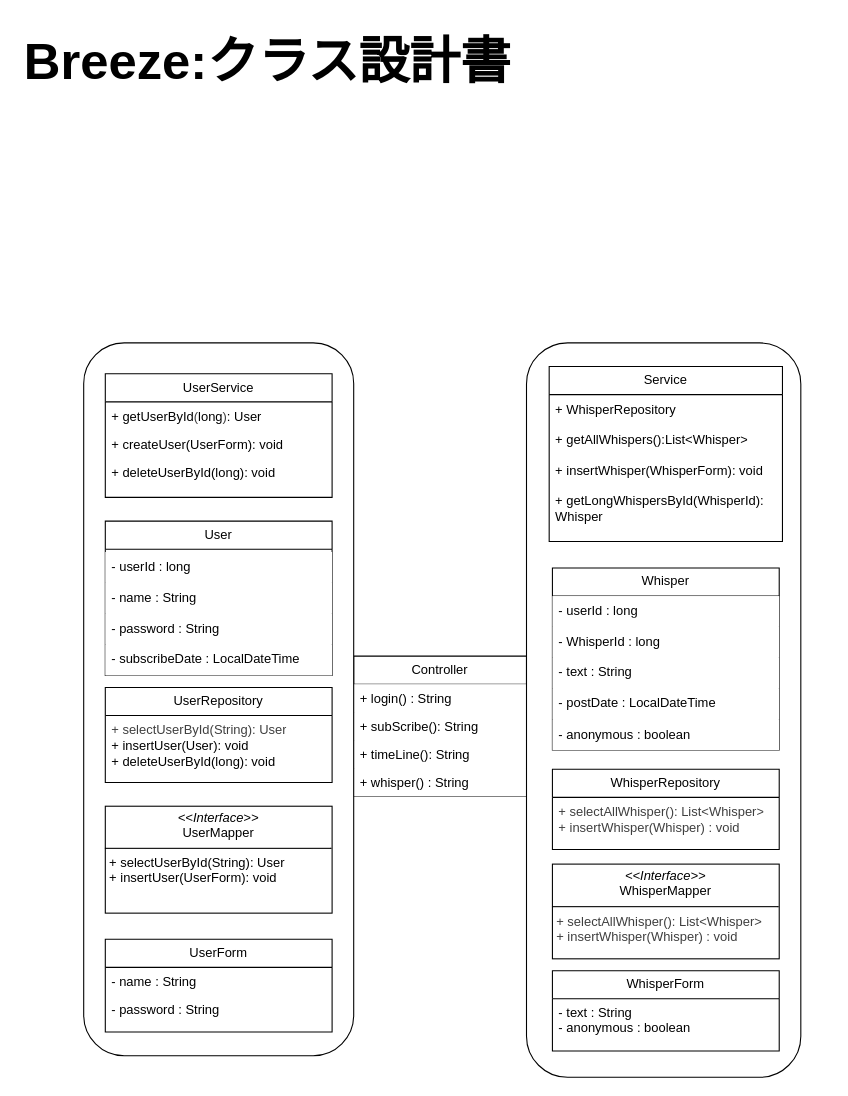
Above: page "Class" (1 of 2) of Life_Hacker.drawio in yukiyuukiyuuuki/breeze (draw.io), before the change. Source tidied: cells renumbered, new cells numbered last; positions are measured from the earlier drawing's top-left corner, leaving out a move shared by most shapes. Both pictures are drawn from the tidied source at 108%, with x=0, y=0 at pixel (18, 18).
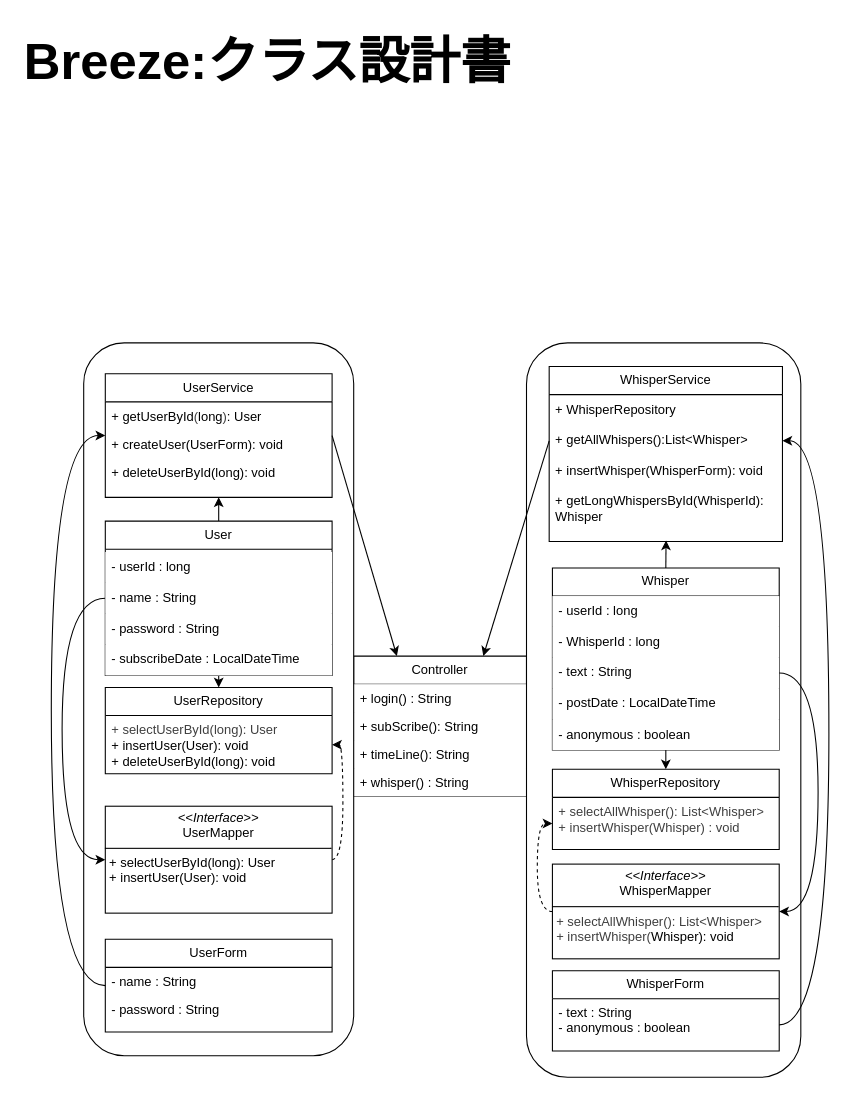
After the change.

The change refers to these unchanged cells:
```xml
<mxCell id="2" value="Controller" style="swimlane;fontStyle=0;horizontal=1;startSize=26;fillColor=default;whiteSpace=wrap;html=1;fillStyle=auto;gradientColor=none;" parent="1" vertex="1">
  <mxGeometry x="310" y="590" width="160" height="130" as="geometry" />
</mxCell>
<mxCell id="8" style="group;" parent="1" vertex="1">
  <mxGeometry x="470" y="300" width="254" height="680" as="geometry" />
</mxCell>
<mxCell id="10" value="Whisper" style="swimlane;fontStyle=0;horizontal=1;startSize=26;fillColor=default;whiteSpace=wrap;html=1;" parent="8" vertex="1">
  <mxGeometry x="24" y="208.4" width="210" height="168.6" as="geometry" />
</mxCell>
<mxCell id="13" value="&lt;span style=&quot;color: rgb(0, 0, 0);&quot;&gt;- text&lt;/span&gt;&lt;span style=&quot;color: rgb(0, 0, 0);&quot;&gt;&amp;nbsp;: String&lt;/span&gt;" style="text;strokeColor=none;fillColor=default;align=left;verticalAlign=top;spacingLeft=4;spacingRight=4;overflow=hidden;points=[[0,0.5],[1,0.5]];portConstraint=eastwest;whiteSpace=wrap;html=1;" parent="10" vertex="1">
  <mxGeometry y="83" width="210" height="28.5" as="geometry" />
</mxCell>
<mxCell id="16" value="&lt;span style=&quot;color: rgb(0, 0, 0);&quot;&gt;Whisper&lt;/span&gt;Repository" style="swimlane;fontStyle=0;horizontal=1;startSize=26;fillColor=none;whiteSpace=wrap;html=1;" parent="8" vertex="1">
  <mxGeometry x="24" y="394.8" width="210" height="74.3" as="geometry" />
</mxCell>
<mxCell id="17" value="&lt;span style=&quot;color: rgb(63, 63, 63);&quot;&gt;+ selectAll&lt;span style=&quot;color: rgb(63, 63, 63);&quot;&gt;Whisper&lt;/span&gt;(): List&amp;lt;Whisper&amp;gt;&lt;/span&gt;&lt;div&gt;&lt;span style=&quot;color: rgb(63, 63, 63);&quot;&gt;&lt;span style=&quot;background-color: transparent; color: rgb(63, 63, 63);&quot;&gt;+ insertWhisper(&lt;/span&gt;&lt;span style=&quot;background-color: transparent; color: rgb(63, 63, 63);&quot;&gt;Whisper) : void&lt;/span&gt;&lt;/span&gt;&lt;/div&gt;" style="text;strokeColor=none;fillColor=none;align=left;verticalAlign=top;spacingLeft=4;spacingRight=4;overflow=hidden;points=[[0,0.5],[1,0.5]];portConstraint=eastwest;whiteSpace=wrap;html=1;" parent="16" vertex="1">
  <mxGeometry y="26" width="210" height="48.3" as="geometry" />
</mxCell>
<mxCell id="20" value="- text : String&lt;div&gt;-&amp;nbsp;&lt;span style=&quot;color: rgb(0, 0, 0); background-color: transparent;&quot;&gt;anonymous : boolean&lt;/span&gt;&lt;/div&gt;" style="text;strokeColor=none;fillColor=none;align=left;verticalAlign=top;spacingLeft=4;spacingRight=4;overflow=hidden;points=[[0,0.5],[1,0.5]];portConstraint=eastwest;whiteSpace=wrap;html=1;" parent="19" vertex="1">
  <mxGeometry y="26" width="210" height="48.3" as="geometry" />
</mxCell>
<mxCell id="23" value="+ getAllWhispers():List&amp;lt;Whisper&amp;gt;" style="text;strokeColor=none;fillColor=none;align=left;verticalAlign=top;spacingLeft=4;spacingRight=4;overflow=hidden;points=[[0,0.5],[1,0.5]];portConstraint=eastwest;whiteSpace=wrap;html=1;" parent="21" vertex="1">
  <mxGeometry y="54.5" width="216" height="28.5" as="geometry" />
</mxCell>
<mxCell id="25" value="+ getLongWhispersById(WhisperId): Whisper" style="text;strokeColor=none;fillColor=none;align=left;verticalAlign=top;spacingLeft=4;spacingRight=4;overflow=hidden;points=[[0,0.5],[1,0.5]];portConstraint=eastwest;whiteSpace=wrap;html=1;" parent="21" vertex="1">
  <mxGeometry y="111.5" width="216" height="50.5" as="geometry" />
</mxCell>
<mxCell id="26" style="group;" parent="1" vertex="1">
  <mxGeometry x="60" y="300" width="250" height="660" as="geometry" />
</mxCell>
<mxCell id="28" value="&lt;span style=&quot;color: rgb(0, 0, 0);&quot;&gt;User&lt;/span&gt;" style="swimlane;fontStyle=0;horizontal=1;startSize=26;fillColor=default;whiteSpace=wrap;html=1;" parent="26" vertex="1">
  <mxGeometry x="20" y="165" width="210" height="143" as="geometry" />
</mxCell>
<mxCell id="32" value="UserForm" style="swimlane;fontStyle=0;horizontal=1;startSize=26;fillColor=none;whiteSpace=wrap;html=1;" parent="26" vertex="1">
  <mxGeometry x="20" y="552.2" width="210" height="85.8" as="geometry" />
</mxCell>
<mxCell id="36" value="- name : String" style="text;strokeColor=none;fillColor=default;align=left;verticalAlign=top;spacingLeft=4;spacingRight=4;overflow=hidden;points=[[0,0.5],[1,0.5]];portConstraint=eastwest;whiteSpace=wrap;html=1;" parent="26" vertex="1">
  <mxGeometry x="20" y="222.2" width="210" height="28.6" as="geometry" />
</mxCell>
<mxCell id="39" value="UserService" style="swimlane;fontStyle=0;horizontal=1;startSize=26;fillColor=none;whiteSpace=wrap;html=1;" parent="26" vertex="1">
  <mxGeometry x="20" y="28.6" width="210" height="114.4" as="geometry" />
</mxCell>
```

Diff of the diagram source:
```diff
@@
+    <mxCell id="43" style="edgeStyle=none;html=1;exitX=0.5;exitY=1;exitDx=0;exitDy=0;entryX=0.5;entryY=0;entryDx=0;entryDy=0;" parent="8" edge="1" source="10" target="16">
+      <mxGeometry relative="1" as="geometry" />
+    </mxCell>
@@
+    <mxCell id="44" style="edgeStyle=orthogonalEdgeStyle;html=1;exitX=0;exitY=0.5;exitDx=0;exitDy=0;entryX=0;entryY=0.5;entryDx=0;entryDy=0;curved=1;dashed=1;" parent="8" edge="1" source="18" target="17">
+      <mxGeometry relative="1" as="geometry">
+        <Array as="points">
+          <mxPoint x="10" y="527" />
+          <mxPoint x="10" y="445" />
+        </Array>
+      </mxGeometry>
+    </mxCell>
-    <mxCell id="18" value="&lt;p style=&quot;margin:0px;margin-top:4px;text-align:center;&quot;&gt;&lt;i&gt;&amp;lt;&amp;lt;Interface&amp;gt;&amp;gt;&lt;/i&gt;&lt;br&gt;&lt;span style=&quot;color: rgb(0, 0, 0);&quot;&gt;&lt;span style=&quot;color: rgb(0, 0, 0);&quot;&gt;Whisper&lt;/span&gt;Mapper&lt;/span&gt;&lt;/p&gt;&lt;hr size=&quot;1&quot; style=&quot;border-style:solid;&quot;&gt;&lt;p style=&quot;margin:0px;margin-left:4px;&quot;&gt;&lt;/p&gt;&lt;p style=&quot;margin:0px;margin-left:4px;&quot;&gt;&lt;span style=&quot;color: rgb(63, 63, 63);&quot;&gt;+ selectAll&lt;/span&gt;&lt;span style=&quot;color: rgb(63, 63, 63);&quot;&gt;Whisper&lt;/span&gt;&lt;span style=&quot;color: rgb(63, 63, 63);&quot;&gt;(): List&amp;lt;Whisper&amp;gt;&lt;/span&gt;&lt;/p&gt;&lt;p style=&quot;margin:0px;margin-left:4px;&quot;&gt;&lt;span style=&quot;background-color: transparent; color: rgb(63, 63, 63);&quot;&gt;+ insertWhisper(&lt;/span&gt;&lt;span style=&quot;color: rgb(63, 63, 63); background-color: transparent;&quot;&gt;Whisper) : void&lt;/span&gt;&lt;/p&gt;" style="verticalAlign=top;align=left;overflow=fill;html=1;whiteSpace=wrap;" parent="8" vertex="1">
+    <mxCell id="18" value="&lt;p style=&quot;margin:0px;margin-top:4px;text-align:center;&quot;&gt;&lt;i&gt;&amp;lt;&amp;lt;Interface&amp;gt;&amp;gt;&lt;/i&gt;&lt;br&gt;&lt;span style=&quot;color: rgb(0, 0, 0);&quot;&gt;&lt;span style=&quot;color: rgb(0, 0, 0);&quot;&gt;Whisper&lt;/span&gt;Mapper&lt;/span&gt;&lt;/p&gt;&lt;hr size=&quot;1&quot; style=&quot;border-style:solid;&quot;&gt;&lt;p style=&quot;margin:0px;margin-left:4px;&quot;&gt;&lt;/p&gt;&lt;p style=&quot;margin:0px;margin-left:4px;&quot;&gt;&lt;span style=&quot;color: rgb(63, 63, 63);&quot;&gt;+ selectAll&lt;/span&gt;&lt;span style=&quot;color: rgb(63, 63, 63);&quot;&gt;Whisper&lt;/span&gt;&lt;span style=&quot;color: rgb(63, 63, 63);&quot;&gt;(): List&amp;lt;Whisper&amp;gt;&lt;/span&gt;&lt;/p&gt;&lt;p style=&quot;margin:0px;margin-left:4px;&quot;&gt;&lt;span style=&quot;background-color: transparent; color: rgb(63, 63, 63);&quot;&gt;+ insertWhisper(&lt;/span&gt;&lt;span style=&quot;background-color: transparent; text-align: center; color: rgb(0, 0, 0);&quot;&gt;Whisper&lt;/span&gt;&lt;span style=&quot;background-color: transparent;&quot;&gt;): void&lt;/span&gt;&lt;/p&gt;" style="verticalAlign=top;align=left;overflow=fill;html=1;whiteSpace=wrap;" parent="8" vertex="1">
       <mxGeometry x="24" y="482.6" width="210" height="87.7" as="geometry" />
     </mxCell>
@@
-    <mxCell id="21" value="Service" style="swimlane;fontStyle=0;horizontal=1;startSize=26;fillColor=none;whiteSpace=wrap;html=1;" parent="8" vertex="1">
+    <mxCell id="21" value="WhisperService" style="swimlane;fontStyle=0;horizontal=1;startSize=26;fillColor=none;whiteSpace=wrap;html=1;" parent="8" vertex="1">
       <mxGeometry x="21" y="21.9" width="216" height="162" as="geometry" />
     </mxCell>
@@
+    <mxCell id="45" style="edgeStyle=orthogonalEdgeStyle;html=1;exitX=1;exitY=0.5;exitDx=0;exitDy=0;entryX=1;entryY=0.5;entryDx=0;entryDy=0;curved=1;" parent="8" edge="1" source="20" target="23">
+      <mxGeometry relative="1" as="geometry">
+        <Array as="points">
+          <mxPoint x="280" y="631" />
+          <mxPoint x="280" y="91" />
+        </Array>
+      </mxGeometry>
+    </mxCell>
+    <mxCell id="46" style="edgeStyle=none;html=1;exitX=0.5;exitY=0;exitDx=0;exitDy=0;entryX=0.501;entryY=0.981;entryDx=0;entryDy=0;entryPerimeter=0;" parent="8" edge="1" source="10" target="25">
+      <mxGeometry relative="1" as="geometry" />
+    </mxCell>
+    <mxCell id="47" style="edgeStyle=orthogonalEdgeStyle;html=1;exitX=1;exitY=0.5;exitDx=0;exitDy=0;entryX=1;entryY=0.5;entryDx=0;entryDy=0;curved=1;" parent="8" edge="1" source="13" target="18">
+      <mxGeometry relative="1" as="geometry">
+        <Array as="points">
+          <mxPoint x="270" y="306" />
+          <mxPoint x="270" y="527" />
+        </Array>
+      </mxGeometry>
+    </mxCell>
@@
+    <mxCell id="48" style="edgeStyle=none;html=1;exitX=0.5;exitY=0;exitDx=0;exitDy=0;entryX=0.5;entryY=1;entryDx=0;entryDy=0;" parent="26" edge="1" source="28" target="39">
+      <mxGeometry relative="1" as="geometry" />
+    </mxCell>
+    <mxCell id="49" style="edgeStyle=none;html=1;exitX=0.5;exitY=1;exitDx=0;exitDy=0;entryX=0.5;entryY=0;entryDx=0;entryDy=0;" parent="26" edge="1" source="28" target="29">
+      <mxGeometry relative="1" as="geometry" />
+    </mxCell>
@@
     <mxCell id="29" value="UserRepository" style="swimlane;fontStyle=0;horizontal=1;startSize=26;fillColor=none;whiteSpace=wrap;html=1;" parent="26" vertex="1">
-      <mxGeometry x="20" y="319" width="210" height="88" as="geometry" />
+      <mxGeometry x="20" y="319" width="210" height="80" as="geometry" />
     </mxCell>
-    <mxCell id="30" value="&lt;span style=&quot;color: rgb(63, 63, 63);&quot;&gt;+ selectUserById(String): User&lt;/span&gt;&lt;div&gt;+ insertUser(User): void&lt;/div&gt;&lt;div&gt;+ deleteUserById(long): void&lt;/div&gt;" style="text;strokeColor=none;fillColor=none;align=left;verticalAlign=top;spacingLeft=4;spacingRight=4;overflow=hidden;points=[[0,0.5],[1,0.5]];portConstraint=eastwest;whiteSpace=wrap;html=1;" parent="29" vertex="1">
+    <mxCell id="30" value="&lt;span style=&quot;color: rgb(63, 63, 63);&quot;&gt;+ selectUserById(long): User&lt;/span&gt;&lt;div&gt;+ insertUser(User): void&lt;/div&gt;&lt;div&gt;+ deleteUserById(long): void&lt;/div&gt;" style="text;strokeColor=none;fillColor=none;align=left;verticalAlign=top;spacingLeft=4;spacingRight=4;overflow=hidden;points=[[0,0.5],[1,0.5]];portConstraint=eastwest;whiteSpace=wrap;html=1;" parent="29" vertex="1">
       <mxGeometry y="26" width="210" height="54" as="geometry" />
     </mxCell>
+    <mxCell id="50" style="edgeStyle=orthogonalEdgeStyle;html=1;exitX=1;exitY=0.5;exitDx=0;exitDy=0;entryX=1;entryY=0.5;entryDx=0;entryDy=0;curved=1;dashed=1;" parent="26" edge="1" source="31" target="30">
+      <mxGeometry relative="1" as="geometry" />
+    </mxCell>
-    <mxCell id="31" value="&lt;p style=&quot;margin:0px;margin-top:4px;text-align:center;&quot;&gt;&lt;i&gt;&amp;lt;&amp;lt;Interface&amp;gt;&amp;gt;&lt;/i&gt;&lt;br&gt;&lt;span style=&quot;color: rgb(0, 0, 0);&quot;&gt;UserMapper&lt;/span&gt;&lt;/p&gt;&lt;hr size=&quot;1&quot; style=&quot;border-style:solid;&quot;&gt;&lt;p style=&quot;margin:0px;margin-left:4px;&quot;&gt;&lt;/p&gt;&lt;p style=&quot;margin:0px;margin-left:4px;&quot;&gt;+ selectUserById(String): User&lt;br&gt;&lt;/p&gt;&lt;p style=&quot;margin:0px;margin-left:4px;&quot;&gt;+ insertUser(UserForm): void&lt;/p&gt;" style="verticalAlign=top;align=left;overflow=fill;html=1;whiteSpace=wrap;" parent="26" vertex="1">
+    <mxCell id="31" value="&lt;p style=&quot;margin:0px;margin-top:4px;text-align:center;&quot;&gt;&lt;i&gt;&amp;lt;&amp;lt;Interface&amp;gt;&amp;gt;&lt;/i&gt;&lt;br&gt;&lt;span style=&quot;color: rgb(0, 0, 0);&quot;&gt;UserMapper&lt;/span&gt;&lt;/p&gt;&lt;hr size=&quot;1&quot; style=&quot;border-style:solid;&quot;&gt;&lt;p style=&quot;margin:0px;margin-left:4px;&quot;&gt;&lt;/p&gt;&lt;p style=&quot;margin:0px;margin-left:4px;&quot;&gt;+ selectUserById(long): User&lt;br&gt;&lt;/p&gt;&lt;p style=&quot;margin:0px;margin-left:4px;&quot;&gt;+ insertUser(User): void&lt;/p&gt;" style="verticalAlign=top;align=left;overflow=fill;html=1;whiteSpace=wrap;" parent="26" vertex="1">
       <mxGeometry x="20" y="429" width="210" height="99" as="geometry" />
     </mxCell>
+    <mxCell id="51" style="edgeStyle=orthogonalEdgeStyle;html=1;exitX=0;exitY=0.5;exitDx=0;exitDy=0;entryX=0;entryY=0.5;entryDx=0;entryDy=0;curved=1;" parent="26" edge="1" source="32" target="39">
+      <mxGeometry relative="1" as="geometry">
+        <Array as="points">
+          <mxPoint x="-30" y="595" />
+          <mxPoint x="-30" y="86" />
+        </Array>
+      </mxGeometry>
+    </mxCell>
@@
+    <mxCell id="52" style="edgeStyle=orthogonalEdgeStyle;html=1;exitX=0;exitY=0.5;exitDx=0;exitDy=0;entryX=0;entryY=0.5;entryDx=0;entryDy=0;curved=1;" parent="26" edge="1" source="36" target="31">
+      <mxGeometry relative="1" as="geometry">
+        <Array as="points">
+          <mxPoint x="-20" y="237" />
+          <mxPoint x="-20" y="479" />
+        </Array>
+      </mxGeometry>
+    </mxCell>
@@
+    <mxCell id="53" style="edgeStyle=none;html=1;exitX=0;exitY=0.5;exitDx=0;exitDy=0;entryX=0.75;entryY=0;entryDx=0;entryDy=0;" parent="1" edge="1" source="23" target="2">
+      <mxGeometry relative="1" as="geometry" />
+    </mxCell>
+    <mxCell id="54" style="edgeStyle=none;html=1;exitX=1;exitY=0.5;exitDx=0;exitDy=0;entryX=0.25;entryY=0;entryDx=0;entryDy=0;" parent="1" edge="1" source="39" target="2">
+      <mxGeometry relative="1" as="geometry" />
+    </mxCell>
```
